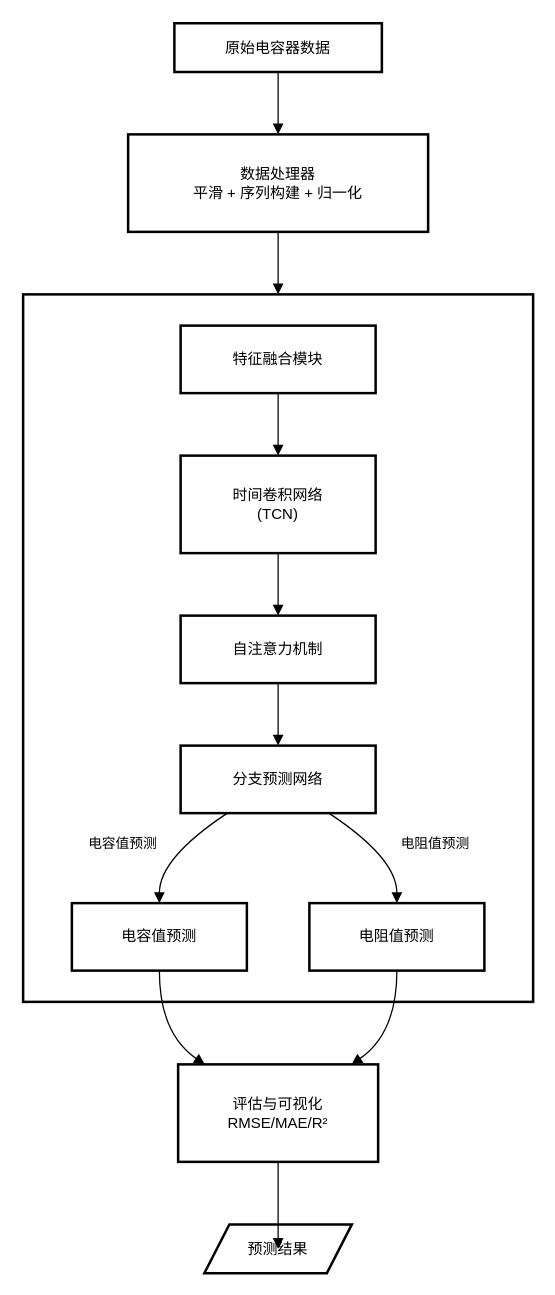
This is verson4.drawio from haomengxuan/verson, a draw.io file, before an edit. Source tidied: cells renumbered, new cells numbered last; positions are measured from the earlier drawing's top-left corner, leaving out a move shared by most shapes. Both pictures are drawn from the tidied source at 125%, with x=0, y=0 at pixel (22, 22).
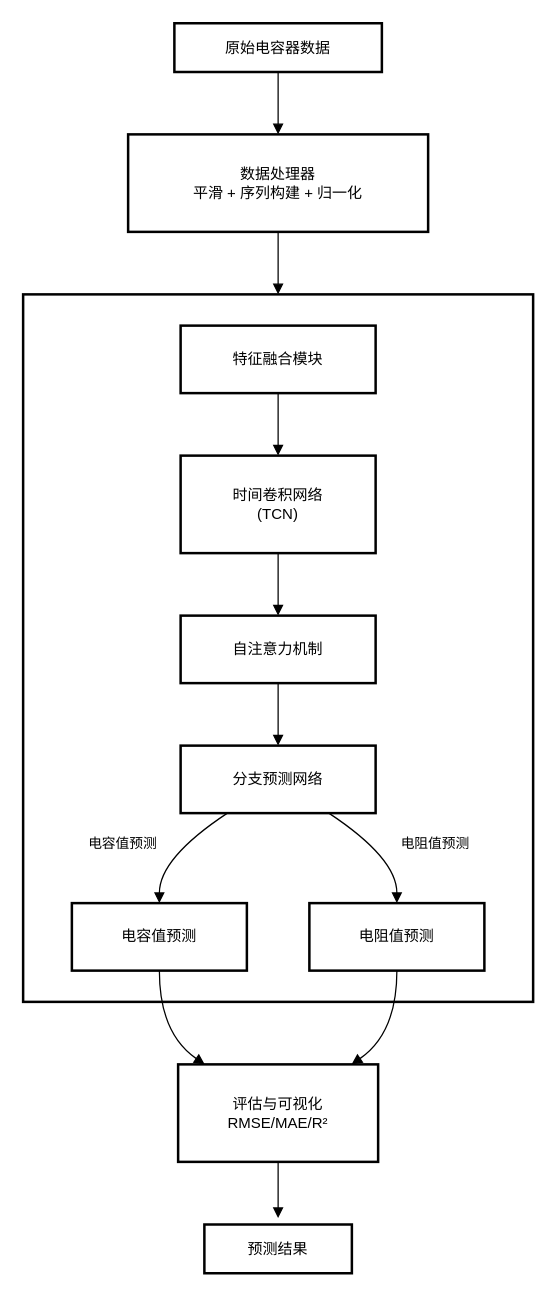
The same diagram, later.

The change refers to these unchanged cells:
```xml
<mxCell id="11" value="评估与可视化&#10;RMSE/MAE/R²" style="whiteSpace=wrap;strokeWidth=2;labelBackgroundColor=none;rounded=0;" parent="1" vertex="1">
  <mxGeometry x="124" y="833" width="160" height="78" as="geometry" />
</mxCell>
```

The edit, as a diff of the source:
```diff
@@
-    <mxCell id="12" value="预测结果" style="shape=parallelogram;perimeter=parallelogramPerimeter;fixedSize=1;strokeWidth=2;whiteSpace=wrap;labelBackgroundColor=none;rounded=0;" parent="1" vertex="1">
+    <mxCell id="12" value="预测结果" style="shape=parallelogram;perimeter=parallelogramPerimeter;fixedSize=1;strokeWidth=2;whiteSpace=wrap;labelBackgroundColor=none;rounded=0;size=-4.999999999999886;" parent="1" vertex="1">
       <mxGeometry x="145" y="961" width="118" height="39" as="geometry" />
     </mxCell>
@@
-    <mxCell id="21" style="curved=1;startArrow=none;endArrow=block;exitX=0.5;exitY=1.01;entryX=0.5;entryY=0.01;rounded=0;labelBackgroundColor=none;fontColor=default;" parent="1" edge="1" source="11" target="12">
-      <mxGeometry relative="1" as="geometry" />
+    <mxCell id="21" style="curved=1;startArrow=none;endArrow=block;exitX=0.5;exitY=1.01;rounded=0;labelBackgroundColor=none;fontColor=default;" parent="1" edge="1" source="11">
+      <mxGeometry relative="1" as="geometry">
+        <mxPoint x="204" y="956" as="targetPoint" />
+      </mxGeometry>
     </mxCell>
```
